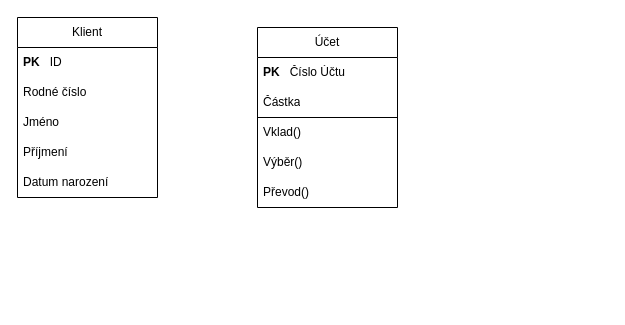
Zyroshima/IDS keeps this draw.io diagram as Untitled Diagram.drawio. Above is the earlier version. Source tidied: cells renumbered, new cells numbered last; positions are measured from the earlier drawing's top-left corner, leaving out a move shared by most shapes. Both pictures are drawn from the tidied source at 100%, with x=0, y=0 at pixel (17, 17).
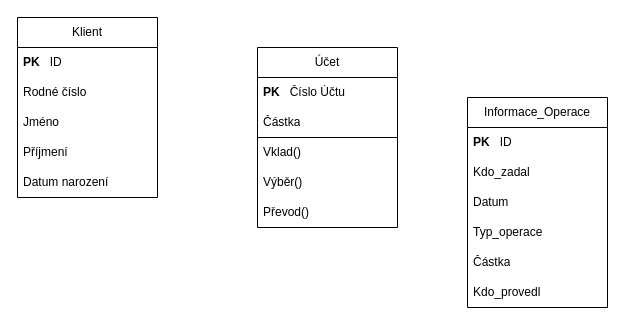
After the change.

The edit, as a diff of the source:
```diff
@@
     <mxCell id="8" value="Účet" style="swimlane;fontStyle=0;horizontal=1;startSize=30;whiteSpace=wrap;html=1;" parent="1" vertex="1">
-      <mxGeometry x="240" y="10" width="140" height="180" as="geometry" />
+      <mxGeometry x="240" y="30" width="140" height="180" as="geometry" />
     </mxCell>
@@
+    <mxCell id="15" value="Informace_Operace" style="swimlane;fontStyle=0;horizontal=1;startSize=30;whiteSpace=wrap;html=1;" parent="1" vertex="1">
+      <mxGeometry x="450" y="80" width="140" height="210" as="geometry" />
+    </mxCell>
+    <mxCell id="16" value="&lt;b&gt;PK&lt;/b&gt;&lt;span style=&quot;white-space: pre;&quot;&gt;&#9;&lt;/span&gt;ID" style="text;strokeColor=none;fillColor=none;align=left;verticalAlign=middle;spacingLeft=4;spacingRight=4;overflow=hidden;whiteSpace=wrap;html=1;" parent="15" vertex="1">
+      <mxGeometry y="30" width="140" height="30" as="geometry" />
+    </mxCell>
+    <mxCell id="17" value="Kdo_zadal" style="text;strokeColor=none;fillColor=none;align=left;verticalAlign=middle;spacingLeft=4;spacingRight=4;overflow=hidden;whiteSpace=wrap;html=1;" parent="15" vertex="1">
+      <mxGeometry y="60" width="140" height="30" as="geometry" />
+    </mxCell>
+    <mxCell id="18" value="&lt;div&gt;Datum&lt;/div&gt;" style="text;strokeColor=none;fillColor=none;align=left;verticalAlign=middle;spacingLeft=4;spacingRight=4;overflow=hidden;whiteSpace=wrap;html=1;" parent="15" vertex="1">
+      <mxGeometry y="90" width="140" height="30" as="geometry" />
+    </mxCell>
+    <mxCell id="19" value="Typ_operace" style="text;strokeColor=none;fillColor=none;align=left;verticalAlign=middle;spacingLeft=4;spacingRight=4;overflow=hidden;whiteSpace=wrap;html=1;" parent="15" vertex="1">
+      <mxGeometry y="120" width="140" height="30" as="geometry" />
+    </mxCell>
+    <mxCell id="20" value="Částka" style="text;strokeColor=none;fillColor=none;align=left;verticalAlign=middle;spacingLeft=4;spacingRight=4;overflow=hidden;whiteSpace=wrap;html=1;" parent="15" vertex="1">
+      <mxGeometry y="150" width="140" height="30" as="geometry" />
+    </mxCell>
+    <mxCell id="21" value="Kdo_provedl" style="text;strokeColor=none;fillColor=none;align=left;verticalAlign=middle;spacingLeft=4;spacingRight=4;overflow=hidden;whiteSpace=wrap;html=1;" parent="15" vertex="1">
+      <mxGeometry y="180" width="140" height="30" as="geometry" />
+    </mxCell>
```
